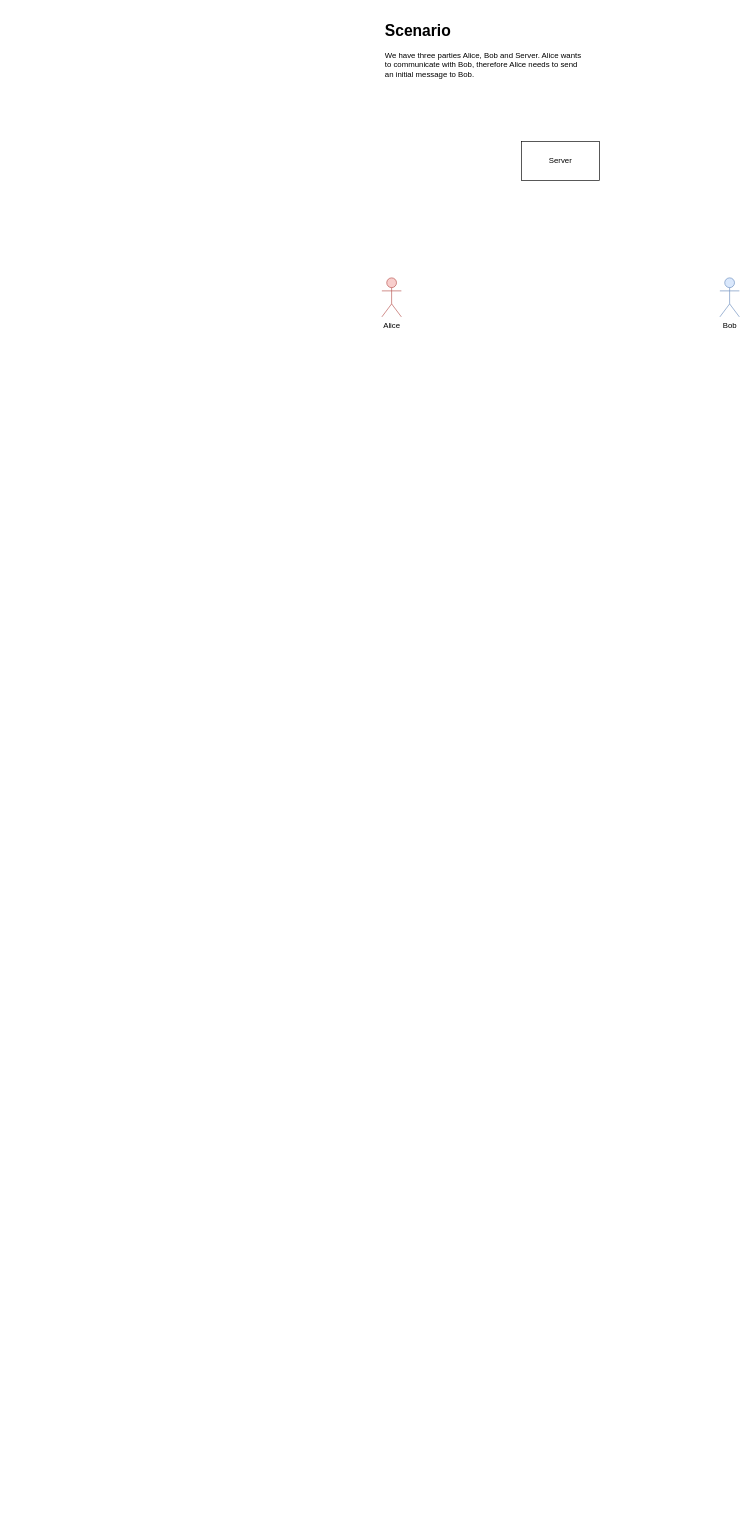
Before: flow.drawio in abdularis/learn-signal-protocol, a draw.io diagram. Source tidied: cells renumbered, new cells numbered last; positions are measured from the earlier drawing's top-left corner, leaving out a move shared by most shapes. Both pictures are drawn from the tidied source at 65%, with x=0, y=0 at pixel (382, 18).
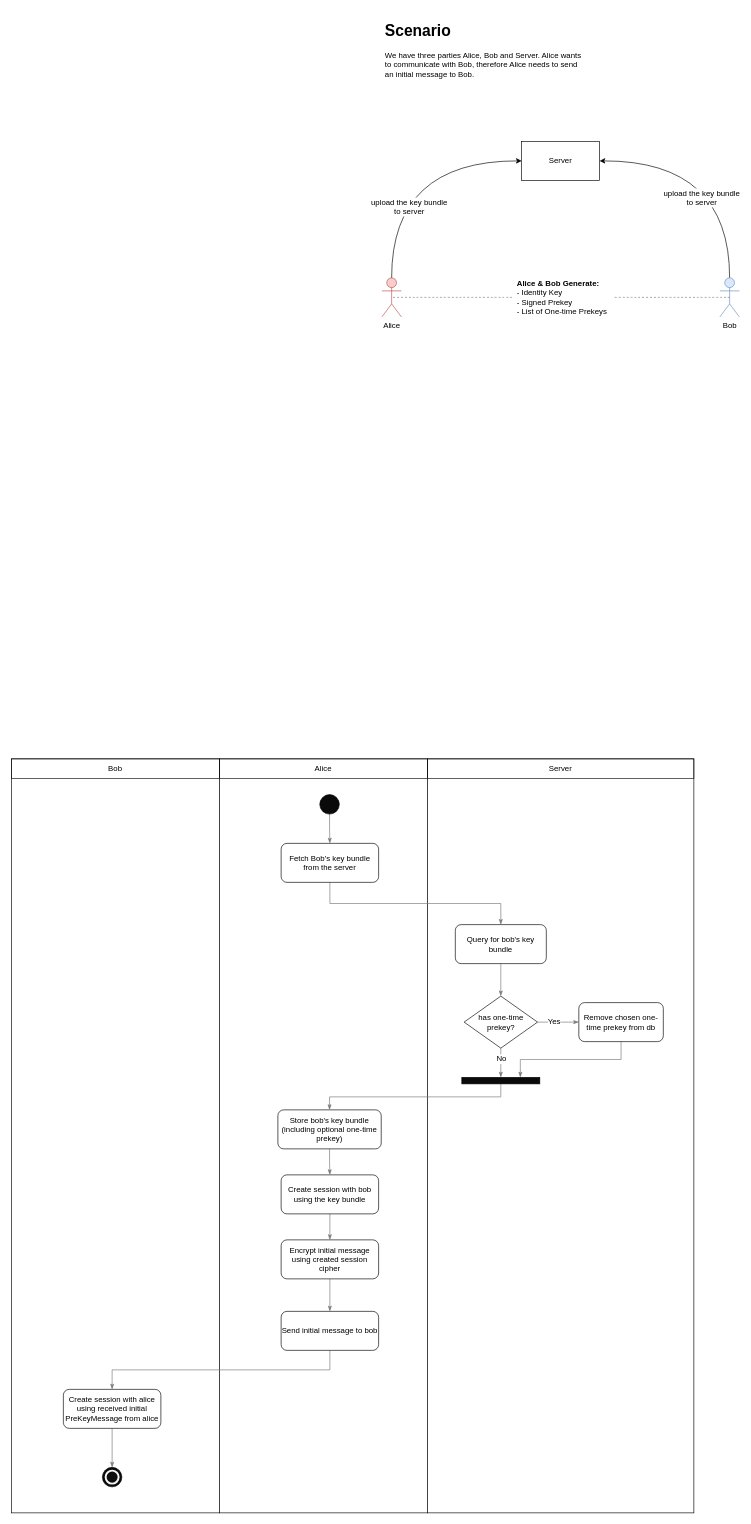
After the change.

Commit message (it also covers changes not shown here):
add flow to use signal protocol encryption

Unchanged cells that the change refers to:
```xml
<mxCell id="2" value="Server" style="rounded=0;whiteSpace=wrap;html=1;" parent="1" vertex="1">
  <mxGeometry x="215" y="190" width="120" height="60" as="geometry" />
</mxCell>
<mxCell id="3" value="Alice" style="shape=umlActor;verticalLabelPosition=bottom;labelBackgroundColor=#ffffff;verticalAlign=top;html=1;outlineConnect=0;fillColor=#f8cecc;strokeColor=#b85450;" parent="1" vertex="1">
  <mxGeometry y="400" width="30" height="60" as="geometry" />
</mxCell>
<mxCell id="4" value="Bob" style="shape=umlActor;verticalLabelPosition=bottom;labelBackgroundColor=#ffffff;verticalAlign=top;html=1;outlineConnect=0;fillColor=#dae8fc;strokeColor=#6c8ebf;" parent="1" vertex="1">
  <mxGeometry x="520" y="400" width="30" height="60" as="geometry" />
</mxCell>
```

Change to the diagram source:
```diff
@@
+    <mxCell id="6" style="rounded=0;whiteSpace=wrap;html=1;align=center;" parent="1" vertex="1">
+      <mxGeometry x="-570" y="1140" width="320" height="1160" as="geometry" />
+    </mxCell>
+    <mxCell id="7" style="rounded=0;whiteSpace=wrap;html=1;align=center;" parent="1" vertex="1">
+      <mxGeometry x="-250" y="1140" width="320" height="1160" as="geometry" />
+    </mxCell>
+    <mxCell id="8" style="rounded=0;whiteSpace=wrap;html=1;align=center;" parent="1" vertex="1">
+      <mxGeometry x="70" y="1140" width="410" height="1160" as="geometry" />
+    </mxCell>
@@
+    <mxCell id="9" style="edgeStyle=orthogonalEdgeStyle;rounded=0;jettySize=auto;html=1;exitX=0.5;exitY=0;exitDx=0;exitDy=0;exitPerimeter=0;entryX=0;entryY=0.5;entryDx=0;entryDy=0;curved=1;" parent="1" edge="1" source="3" target="2">
+      <mxGeometry relative="1" as="geometry" />
+    </mxCell>
+    <mxCell id="10" value="upload the key bundle&lt;br&gt;to server&lt;br&gt;" style="text;html=1;align=center;verticalAlign=middle;labelBackgroundColor=#ffffff;" parent="9" vertex="1">
+      <mxGeometry x="-0.42" y="-26" relative="1" as="geometry" />
+    </mxCell>
@@
+    <mxCell id="11" style="edgeStyle=orthogonalEdgeStyle;curved=1;rounded=0;jettySize=auto;html=1;exitX=0.5;exitY=0;exitDx=0;exitDy=0;exitPerimeter=0;entryX=1;entryY=0.5;entryDx=0;entryDy=0;" parent="1" edge="1" source="4" target="2">
+      <mxGeometry relative="1" as="geometry" />
+    </mxCell>
+    <mxCell id="12" value="upload the key bundle&lt;br&gt;to server&lt;br&gt;" style="text;html=1;align=center;verticalAlign=middle;labelBackgroundColor=#ffffff;" parent="11" vertex="1">
+      <mxGeometry x="-0.35" y="44" relative="1" as="geometry" />
+    </mxCell>
@@
+    <mxCell id="13" style="edgeStyle=orthogonalEdgeStyle;curved=1;rounded=0;jettySize=auto;html=1;exitX=0;exitY=0.5;exitDx=0;exitDy=0;entryX=0.5;entryY=0.5;entryDx=0;entryDy=0;entryPerimeter=0;dashed=1;endArrow=none;endFill=0;strokeColor=#787878;" parent="1" edge="1" source="14" target="3">
+      <mxGeometry relative="1" as="geometry" />
+    </mxCell>
+    <mxCell id="14" value="&lt;b&gt;Alice &amp;amp; Bob Generate:&lt;/b&gt;&lt;br&gt;- Identity Key&lt;br&gt;- Signed Prekey&lt;br&gt;- List of One-time Prekeys&lt;br&gt;" style="text;html=1;strokeColor=none;fillColor=none;align=left;verticalAlign=top;whiteSpace=wrap;rounded=0;spacingLeft=6;" parent="1" vertex="1">
+      <mxGeometry x="200" y="395" width="158" height="70" as="geometry" />
+    </mxCell>
+    <mxCell id="15" style="edgeStyle=orthogonalEdgeStyle;curved=1;rounded=0;jettySize=auto;html=1;exitX=0.5;exitY=0.5;exitDx=0;exitDy=0;entryX=1;entryY=0.5;entryDx=0;entryDy=0;dashed=1;endArrow=none;endFill=0;strokeColor=#787878;exitPerimeter=0;" parent="1" edge="1" source="4" target="14">
+      <mxGeometry relative="1" as="geometry" />
+    </mxCell>
+    <mxCell id="16" style="edgeStyle=orthogonalEdgeStyle;rounded=0;jettySize=auto;html=1;exitX=0.5;exitY=1;exitDx=0;exitDy=0;entryX=0.5;entryY=0;entryDx=0;entryDy=0;endArrow=classicThin;endFill=1;strokeColor=#787878;" parent="1" edge="1" source="17" target="19">
+      <mxGeometry relative="1" as="geometry" />
+    </mxCell>
+    <mxCell id="17" value="&lt;span&gt;Fetch Bob's key bundle from the server&lt;/span&gt;" style="rounded=1;whiteSpace=wrap;html=1;align=center;" parent="1" vertex="1">
+      <mxGeometry x="-155" y="1270" width="150" height="60" as="geometry" />
+    </mxCell>
+    <mxCell id="18" style="edgeStyle=orthogonalEdgeStyle;curved=1;rounded=0;jettySize=auto;html=1;exitX=0.5;exitY=1;exitDx=0;exitDy=0;entryX=0.5;entryY=0;entryDx=0;entryDy=0;endArrow=classicThin;endFill=1;strokeColor=#787878;" parent="1" edge="1" source="19" target="24">
+      <mxGeometry relative="1" as="geometry" />
+    </mxCell>
+    <mxCell id="19" value="&lt;span&gt;Query for bob's key bundle&lt;/span&gt;" style="rounded=1;whiteSpace=wrap;html=1;align=center;" parent="1" vertex="1">
+      <mxGeometry x="113" y="1395" width="140" height="60" as="geometry" />
+    </mxCell>
+    <mxCell id="20" style="edgeStyle=orthogonalEdgeStyle;rounded=0;jettySize=auto;html=1;exitX=0.5;exitY=1;exitDx=0;exitDy=0;entryX=0.5;entryY=0;entryDx=0;entryDy=0;endArrow=classicThin;endFill=1;strokeColor=#787878;" parent="1" edge="1" source="24" target="28">
+      <mxGeometry relative="1" as="geometry" />
+    </mxCell>
+    <mxCell id="21" value="No" style="text;html=1;align=center;verticalAlign=middle;labelBackgroundColor=#ffffff;" parent="20" vertex="1">
+      <mxGeometry x="-0.31" relative="1" as="geometry" />
+    </mxCell>
+    <mxCell id="22" style="edgeStyle=orthogonalEdgeStyle;rounded=0;jettySize=auto;html=1;exitX=1;exitY=0.5;exitDx=0;exitDy=0;entryX=0;entryY=0.5;entryDx=0;entryDy=0;endArrow=classicThin;endFill=1;strokeColor=#787878;" parent="1" edge="1" source="24" target="30">
+      <mxGeometry relative="1" as="geometry" />
+    </mxCell>
+    <mxCell id="23" value="Yes" style="text;html=1;align=center;verticalAlign=middle;labelBackgroundColor=#ffffff;" parent="22" vertex="1">
+      <mxGeometry x="-0.2" y="1" relative="1" as="geometry" />
+    </mxCell>
+    <mxCell id="24" value="has one-time prekey?" style="rhombus;whiteSpace=wrap;html=1;align=center;" parent="1" vertex="1">
+      <mxGeometry x="126.5" y="1505" width="113" height="80" as="geometry" />
+    </mxCell>
+    <mxCell id="25" style="edgeStyle=orthogonalEdgeStyle;rounded=0;jettySize=auto;html=1;exitX=0.5;exitY=1;exitDx=0;exitDy=0;entryX=0.5;entryY=0;entryDx=0;entryDy=0;endArrow=classicThin;endFill=1;strokeColor=#787878;" parent="1" edge="1" source="26" target="32">
+      <mxGeometry relative="1" as="geometry" />
+    </mxCell>
+    <mxCell id="26" value="&lt;span&gt;Store bob's key bundle (including optional one-time prekey)&lt;/span&gt;" style="rounded=1;whiteSpace=wrap;html=1;align=center;" parent="1" vertex="1">
+      <mxGeometry x="-160" y="1680" width="159" height="60" as="geometry" />
+    </mxCell>
+    <mxCell id="27" style="edgeStyle=orthogonalEdgeStyle;rounded=0;jettySize=auto;html=1;exitX=0.5;exitY=1;exitDx=0;exitDy=0;entryX=0.5;entryY=0;entryDx=0;entryDy=0;endArrow=classicThin;endFill=1;strokeColor=#787878;" parent="1" edge="1" source="28" target="26">
+      <mxGeometry relative="1" as="geometry" />
+    </mxCell>
+    <mxCell id="28" style="rounded=0;whiteSpace=wrap;html=1;align=center;labelBackgroundColor=none;fillColor=#0A0A0A;" parent="1" vertex="1">
+      <mxGeometry x="123" y="1630" width="120" height="10" as="geometry" />
+    </mxCell>
+    <mxCell id="29" style="edgeStyle=orthogonalEdgeStyle;rounded=0;jettySize=auto;html=1;exitX=0.5;exitY=1;exitDx=0;exitDy=0;entryX=0.75;entryY=0;entryDx=0;entryDy=0;endArrow=classicThin;endFill=1;strokeColor=#787878;" parent="1" edge="1" source="30" target="28">
+      <mxGeometry relative="1" as="geometry" />
+    </mxCell>
+    <mxCell id="30" value="Remove chosen one-time prekey from db" style="rounded=1;whiteSpace=wrap;html=1;align=center;" parent="1" vertex="1">
+      <mxGeometry x="303" y="1515" width="130" height="60" as="geometry" />
+    </mxCell>
+    <mxCell id="31" style="edgeStyle=orthogonalEdgeStyle;rounded=0;jettySize=auto;html=1;exitX=0.5;exitY=1;exitDx=0;exitDy=0;entryX=0.5;entryY=0;entryDx=0;entryDy=0;endArrow=classicThin;endFill=1;strokeColor=#787878;" parent="1" edge="1" source="32" target="34">
+      <mxGeometry relative="1" as="geometry" />
+    </mxCell>
+    <mxCell id="32" value="&lt;span&gt;Create session with bob using the key bundle&lt;/span&gt;" style="rounded=1;whiteSpace=wrap;html=1;align=center;" parent="1" vertex="1">
+      <mxGeometry x="-155" y="1780" width="150" height="60" as="geometry" />
+    </mxCell>
+    <mxCell id="33" style="edgeStyle=orthogonalEdgeStyle;rounded=0;jettySize=auto;html=1;exitX=0.5;exitY=1;exitDx=0;exitDy=0;entryX=0.5;entryY=0;entryDx=0;entryDy=0;endArrow=classicThin;endFill=1;strokeColor=#787878;" parent="1" edge="1" source="34" target="36">
+      <mxGeometry relative="1" as="geometry" />
+    </mxCell>
+    <mxCell id="34" value="&lt;span&gt;Encrypt initial message using created session cipher&lt;/span&gt;" style="rounded=1;whiteSpace=wrap;html=1;align=center;" parent="1" vertex="1">
+      <mxGeometry x="-155" y="1880" width="150" height="60" as="geometry" />
+    </mxCell>
+    <mxCell id="35" style="edgeStyle=orthogonalEdgeStyle;rounded=0;jettySize=auto;html=1;exitX=0.5;exitY=1;exitDx=0;exitDy=0;entryX=0.5;entryY=0;entryDx=0;entryDy=0;endArrow=classicThin;endFill=1;strokeColor=#787878;" parent="1" edge="1" source="36" target="38">
+      <mxGeometry relative="1" as="geometry" />
+    </mxCell>
+    <mxCell id="36" value="&lt;span&gt;Send initial message to bob&lt;/span&gt;" style="rounded=1;whiteSpace=wrap;html=1;align=center;" parent="1" vertex="1">
+      <mxGeometry x="-155" y="1990" width="150" height="60" as="geometry" />
+    </mxCell>
+    <mxCell id="37" style="edgeStyle=orthogonalEdgeStyle;rounded=0;jettySize=auto;html=1;exitX=0.5;exitY=1;exitDx=0;exitDy=0;entryX=0.5;entryY=0;entryDx=0;entryDy=0;endArrow=classicThin;endFill=1;strokeColor=#787878;" parent="1" edge="1" source="38" target="42">
+      <mxGeometry relative="1" as="geometry" />
+    </mxCell>
+    <mxCell id="38" value="&lt;span&gt;Create session with alice using received initial PreKeyMessage from alice&lt;/span&gt;" style="rounded=1;whiteSpace=wrap;html=1;align=center;" parent="1" vertex="1">
+      <mxGeometry x="-490" y="2110" width="150" height="60" as="geometry" />
+    </mxCell>
+    <mxCell id="39" style="edgeStyle=orthogonalEdgeStyle;rounded=0;jettySize=auto;html=1;exitX=0.5;exitY=1;exitDx=0;exitDy=0;entryX=0.5;entryY=0;entryDx=0;entryDy=0;endArrow=classicThin;endFill=1;strokeColor=#787878;" parent="1" edge="1" source="40" target="17">
+      <mxGeometry relative="1" as="geometry" />
+    </mxCell>
+    <mxCell id="40" style="ellipse;whiteSpace=wrap;html=1;labelBackgroundColor=none;fillColor=#0A0A0A;align=center;" parent="1" vertex="1">
+      <mxGeometry x="-95.5" y="1195" width="30" height="30" as="geometry" />
+    </mxCell>
+    <mxCell id="41" style="group;" parent="1" vertex="1">
+      <mxGeometry x="-430" y="2230" width="30" height="30" as="geometry" />
+    </mxCell>
+    <mxCell id="42" style="ellipse;whiteSpace=wrap;html=1;labelBackgroundColor=none;fillColor=#0A0A0A;align=center;" parent="41" vertex="1">
+      <mxGeometry width="30" height="30" as="geometry" />
+    </mxCell>
+    <mxCell id="43" style="ellipse;whiteSpace=wrap;html=1;labelBackgroundColor=none;fillColor=#0D0D0D;align=center;strokeColor=#F5F5F5;strokeWidth=3;" parent="41" vertex="1">
+      <mxGeometry x="5" y="5" width="20" height="20" as="geometry" />
+    </mxCell>
+    <mxCell id="44" value="Bob" style="rounded=0;whiteSpace=wrap;html=1;labelBackgroundColor=none;strokeColor=#0D0D0D;strokeWidth=1;fillColor=none;align=center;" parent="1" vertex="1">
+      <mxGeometry x="-570" y="1140" width="320" height="30" as="geometry" />
+    </mxCell>
+    <mxCell id="45" value="Alice" style="rounded=0;whiteSpace=wrap;html=1;labelBackgroundColor=none;strokeColor=#0D0D0D;strokeWidth=1;fillColor=none;align=center;" parent="1" vertex="1">
+      <mxGeometry x="-250" y="1140" width="320" height="30" as="geometry" />
+    </mxCell>
+    <mxCell id="46" value="Server" style="rounded=0;whiteSpace=wrap;html=1;labelBackgroundColor=none;strokeColor=#0D0D0D;strokeWidth=1;fillColor=none;align=center;" parent="1" vertex="1">
+      <mxGeometry x="70" y="1140" width="410" height="30" as="geometry" />
+    </mxCell>
```
